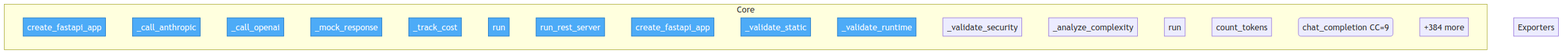
Earlier version of the Mermaid export project/flow.png (semcod/algitex). Its source is kept beside it as project/flow.mmd.
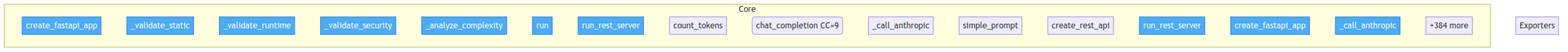
The same file after the commit.

Diff of the diagram source:
```diff
@@ -3,25 +3,25 @@
     classDef entry fill:#4dabf7,stroke:#1971c2,color:#fff
 
     subgraph Core
+        docker__vallm__vallm_server__VallmServer__create_fastapi_app["create_fastapi_app"]
+        docker__vallm__vallm_server__VallmServer___validate_static["_validate_static"]
+        docker__vallm__vallm_server__VallmServer___validate_runtime["_validate_runtime"]
+        docker__vallm__vallm_server__VallmServer___validate_security["_validate_security"]
+        docker__vallm__vallm_server__VallmServer___analyze_complexity["_analyze_complexity"]
+        docker__vallm__vallm_server__VallmServer__run["run"]
         docker__proxym__proxym_server__ProxymServer__create_fastapi_app["create_fastapi_app"]
         docker__proxym__proxym_server__ProxymServer___call_anthropic["_call_anthropic"]
         docker__proxym__proxym_server__ProxymServer___call_openai["_call_openai"]
         docker__proxym__proxym_server__ProxymServer___mock_response["_mock_response"]
         docker__proxym__proxym_server__ProxymServer___track_cost["_track_cost"]
         docker__proxym__proxym_server__ProxymServer__run["run"]
-        docker__vallm__vallm_mcp_server__run_rest_server["run_rest_server"]
-        docker__vallm__vallm_server__VallmServer__create_fastapi_app["create_fastapi_app"]
-        docker__vallm__vallm_server__VallmServer___validate_static["_validate_static"]
-        docker__vallm__vallm_server__VallmServer___validate_runtime["_validate_runtime"]
-        docker__vallm__vallm_server__VallmServer___validate_security["_validate_security"]
-        docker__vallm__vallm_server__VallmServer___analyze_complexity["_analyze_complexity"]
-        docker__vallm__vallm_server__VallmServer__run["run"]
         docker__proxym__proxym_mcp_server__count_tokens["count_tokens"]
         docker__proxym__proxym_mcp_server__chat_completion("chat_completion CC=9")
-        ...["+384 more"]
+        docker__proxym__proxym_mcp_server___call_anthropic["_call_anthropic"]
+        ...["+434 more"]
     end
 
     subgraph Exporters
     end
 
-    class docker__proxym__proxym_server__ProxymServer__create_fastapi_app,docker__proxym__proxym_server__ProxymServer___call_anthropic,docker__proxym__proxym_server__ProxymServer___call_openai,docker__proxym__proxym_server__ProxymServer___mock_response,docker__proxym__proxym_server__ProxymServer___track_cost,docker__proxym__proxym_server__ProxymServer__run,docker__vallm__vallm_mcp_server__run_rest_server,docker__vallm__vallm_server__VallmServer__create_fastapi_app,docker__vallm__vallm_server__VallmServer___validate_static,docker__vallm__vallm_server__VallmServer___validate_runtime entry
+    class docker__vallm__vallm_server__VallmServer__create_fastapi_app,docker__vallm__vallm_server__VallmServer___validate_static,docker__vallm__vallm_server__VallmServer___validate_runtime,docker__vallm__vallm_server__VallmServer___validate_security,docker__vallm__vallm_server__VallmServer___analyze_complexity,docker__vallm__vallm_server__VallmServer__run,docker__proxym__proxym_server__ProxymServer__create_fastapi_app,docker__proxym__proxym_server__ProxymServer___call_anthropic,docker__proxym__proxym_server__ProxymServer___call_openai,docker__proxym__proxym_server__ProxymServer___mock_response entry
```
